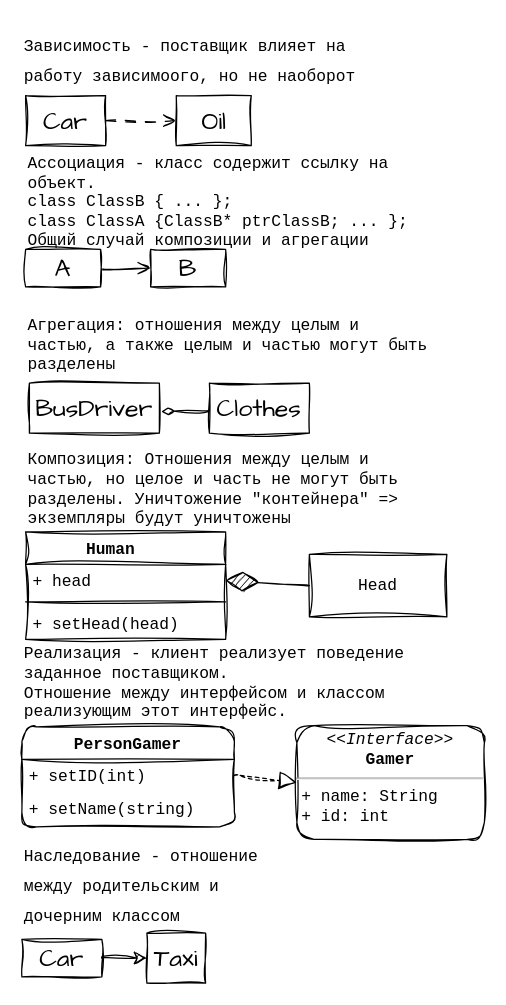
Above: Helper.drawio in Amatikay/SDT_helper (draw.io), before the change. Source tidied: cells renumbered, new cells numbered last; positions are measured from the earlier drawing's top-left corner, leaving out a move shared by most shapes. Both pictures are drawn from the tidied source at 125%, with x=0, y=0 at pixel (21, 34).
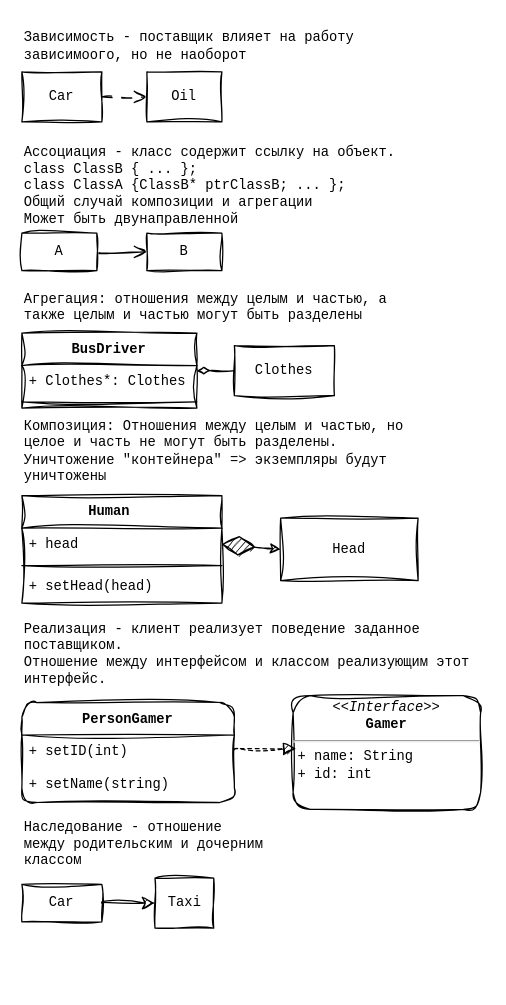
The same page after the edit.

What changed in the source:
```diff
@@
-    <mxCell id="2" value="&lt;div style=&quot;font-size: 13px;&quot;&gt;Реализация - клиент реализует поведение заданное поставщиком.&lt;/div&gt;&lt;div style=&quot;font-size: 13px;&quot;&gt;Отношение между интерфейсом и классом реализующим этот интерфейс.&lt;/div&gt;" style="text;strokeColor=none;fillColor=none;html=1;align=left;verticalAlign=middle;whiteSpace=wrap;rounded=1;fontSize=13;sketch=1;curveFitting=1;jiggle=2;labelBackgroundColor=none;fontFamily=Courier New;" parent="1" vertex="1">
-      <mxGeometry y="484" width="367" height="69" as="geometry" />
+    <mxCell id="2" value="&lt;div style=&quot;font-size: 11px;&quot;&gt;Реализация - клиент реализует поведение заданное поставщиком.&lt;/div&gt;&lt;div style=&quot;font-size: 11px;&quot;&gt;Отношение между интерфейсом и классом реализующим этот интерфейс.&lt;/div&gt;" style="text;strokeColor=none;fillColor=none;html=1;align=left;verticalAlign=middle;whiteSpace=wrap;rounded=1;fontSize=11;sketch=1;curveFitting=1;jiggle=2;labelBackgroundColor=none;fontFamily=Courier New;swimlaneLine=1;shadow=0;fontColor=default;" parent="1" vertex="1">
+      <mxGeometry y="469" width="367" height="54" as="geometry" />
     </mxCell>
-    <mxCell id="3" value="PersonGamer" style="swimlane;fontStyle=1;align=center;verticalAlign=top;horizontal=1;startSize=26;whiteSpace=wrap;html=1;fontSize=13;rounded=1;sketch=1;curveFitting=1;jiggle=2;labelBackgroundColor=none;fontFamily=Courier New;" parent="1" vertex="1">
-      <mxGeometry y="554" width="170" height="80" as="geometry" />
+    <mxCell id="3" value="PersonGamer" style="swimlane;fontStyle=1;align=center;verticalAlign=top;horizontal=1;startSize=26;whiteSpace=wrap;html=1;fontSize=11;rounded=1;sketch=1;curveFitting=1;jiggle=2;labelBackgroundColor=none;fontFamily=Courier New;swimlaneLine=1;shadow=0;fontColor=default;" parent="1" vertex="1">
+      <mxGeometry y="534.5" width="170" height="80" as="geometry" />
     </mxCell>
-    <mxCell id="4" value="+ setID(int)" style="text;strokeColor=none;fillColor=none;align=left;verticalAlign=top;spacingLeft=4;spacingRight=4;overflow=hidden;points=[[0,0.5],[1,0.5]];portConstraint=eastwest;whiteSpace=wrap;html=1;fontSize=13;rounded=1;sketch=1;curveFitting=1;jiggle=2;labelBackgroundColor=none;fontFamily=Courier New;" parent="3" vertex="1">
+    <mxCell id="4" value="+ setID(int)" style="text;strokeColor=none;fillColor=none;align=left;verticalAlign=top;spacingLeft=4;spacingRight=4;overflow=hidden;points=[[0,0.5],[1,0.5]];portConstraint=eastwest;whiteSpace=wrap;html=1;fontSize=11;rounded=1;sketch=1;curveFitting=1;jiggle=2;labelBackgroundColor=none;fontFamily=Courier New;swimlaneLine=1;shadow=0;fontColor=default;" parent="3" vertex="1">
       <mxGeometry y="26" width="170" height="26" as="geometry" />
     </mxCell>
-    <mxCell id="5" value="+ setName(string)" style="text;strokeColor=none;fillColor=none;align=left;verticalAlign=top;spacingLeft=4;spacingRight=4;overflow=hidden;whiteSpace=wrap;html=1;fontSize=13;rounded=1;sketch=1;curveFitting=1;jiggle=2;labelBackgroundColor=none;fontFamily=Courier New;" parent="3" vertex="1">
+    <mxCell id="5" value="+ setName(string)" style="text;strokeColor=none;fillColor=none;align=left;verticalAlign=top;spacingLeft=4;spacingRight=4;overflow=hidden;whiteSpace=wrap;html=1;fontSize=11;rounded=1;sketch=1;curveFitting=1;jiggle=2;labelBackgroundColor=none;fontFamily=Courier New;swimlaneLine=1;shadow=0;fontColor=default;" parent="3" vertex="1">
       <mxGeometry y="52" width="170" height="28" as="geometry" />
     </mxCell>
-    <mxCell id="6" value="&lt;p style=&quot;margin: 4px 0px 0px; text-align: center; font-size: 13px;&quot;&gt;&lt;i style=&quot;font-size: 13px;&quot;&gt;&amp;lt;&amp;lt;Interface&amp;gt;&amp;gt;&lt;/i&gt;&lt;br style=&quot;font-size: 13px;&quot;&gt;&lt;b style=&quot;font-size: 13px;&quot;&gt;Gamer&lt;/b&gt;&lt;br style=&quot;font-size: 13px;&quot;&gt;&lt;/p&gt;&lt;hr style=&quot;font-size: 13px;&quot;&gt;&lt;p style=&quot;margin: 0px 0px 0px 4px; font-size: 13px;&quot;&gt;+ name: String&lt;br style=&quot;font-size: 13px;&quot;&gt;+ id: int&lt;/p&gt;" style="verticalAlign=top;align=left;overflow=fill;fontSize=13;fontFamily=Courier New;html=1;whiteSpace=wrap;rounded=1;sketch=1;curveFitting=1;jiggle=2;labelBackgroundColor=none;" parent="1" vertex="1">
-      <mxGeometry x="220" y="553" width="150" height="91" as="geometry" />
+    <mxCell id="6" value="&lt;p style=&quot;margin: 4px 0px 0px; text-align: center; font-size: 11px;&quot;&gt;&lt;i style=&quot;font-size: 11px;&quot;&gt;&amp;lt;&amp;lt;Interface&amp;gt;&amp;gt;&lt;/i&gt;&lt;br style=&quot;font-size: 11px;&quot;&gt;&lt;b style=&quot;font-size: 11px;&quot;&gt;Gamer&lt;/b&gt;&lt;br style=&quot;font-size: 11px;&quot;&gt;&lt;/p&gt;&lt;hr style=&quot;font-size: 11px;&quot;&gt;&lt;p style=&quot;margin: 0px 0px 0px 4px; font-size: 11px;&quot;&gt;+ name: String&lt;br style=&quot;font-size: 11px;&quot;&gt;+ id: int&lt;/p&gt;" style="verticalAlign=top;align=left;overflow=fill;fontSize=11;fontFamily=Courier New;html=1;whiteSpace=wrap;rounded=1;sketch=1;curveFitting=1;jiggle=2;labelBackgroundColor=none;swimlaneLine=1;shadow=0;fontColor=default;" parent="1" vertex="1">
+      <mxGeometry x="217" y="529" width="150" height="91" as="geometry" />
     </mxCell>
-    <mxCell id="7" style="endArrow=block;dashed=1;endFill=0;endSize=12;html=1;rounded=1;fontSize=13;curved=1;sketch=1;curveFitting=1;jiggle=2;labelBackgroundColor=none;fontColor=default;fontFamily=Courier New;entryX=0;entryY=0.5;entryDx=0;entryDy=0;exitX=1;exitY=0.5;exitDx=0;exitDy=0;" parent="1" edge="1" source="4" target="6">
-      <mxGeometry relative="1" as="geometry" />
-    </mxCell>
-    <mxCell id="8" value="Композиция: Отношения между целым и частью, но целое и часть не могут быть разделены. Уничтожение &quot;контейнера&quot; =&amp;gt; экземпляры будут уничтожены" style="text;strokeColor=none;fillColor=none;html=1;align=left;verticalAlign=middle;whiteSpace=wrap;rounded=0;fontSize=13;fontFamily=Courier New;" parent="1" vertex="1">
-      <mxGeometry x="3" y="329" width="317" height="69" as="geometry" />
+    <mxCell id="8" value="Композиция: Отношения между целым и частью, но целое и часть не могут быть разделены. Уничтожение &quot;контейнера&quot; =&amp;gt; экземпляры будут уничтожены" style="text;strokeColor=none;fillColor=none;html=1;align=left;verticalAlign=middle;whiteSpace=wrap;rounded=0;fontSize=11;fontFamily=Courier New;swimlaneLine=1;sketch=1;curveFitting=1;jiggle=2;shadow=0;fontColor=default;labelBackgroundColor=none;" parent="1" vertex="1">
+      <mxGeometry y="309" width="317" height="50" as="geometry" />
     </mxCell>
-    <mxCell id="9" value="Human&lt;span style=&quot;white-space: pre; font-size: 13px;&quot;&gt;&#9;&lt;br style=&quot;font-size: 13px;&quot;&gt;&lt;br style=&quot;font-size: 13px;&quot;&gt;&lt;/span&gt;" style="swimlane;fontStyle=1;align=center;verticalAlign=top;horizontal=1;startSize=26;whiteSpace=wrap;html=1;sketch=1;hachureGap=4;jiggle=2;curveFitting=1;fontFamily=Courier New;fontSize=13;" parent="1" vertex="1">
-      <mxGeometry x="3" y="398" width="160" height="86" as="geometry" />
+    <mxCell id="9" value="Human&lt;span style=&quot;white-space: pre; font-size: 11px;&quot;&gt;&#9;&lt;br style=&quot;font-size: 11px;&quot;&gt;&lt;br style=&quot;font-size: 11px;&quot;&gt;&lt;/span&gt;" style="swimlane;fontStyle=1;align=center;verticalAlign=top;horizontal=1;startSize=26;whiteSpace=wrap;html=1;sketch=1;hachureGap=4;jiggle=2;curveFitting=1;fontFamily=Courier New;fontSize=11;swimlaneLine=1;shadow=0;fontColor=default;labelBackgroundColor=none;" parent="1" vertex="1">
+      <mxGeometry y="369" width="160" height="86" as="geometry" />
     </mxCell>
-    <mxCell id="10" value="+ head" style="text;strokeColor=none;fillColor=none;align=left;verticalAlign=top;spacingLeft=4;spacingRight=4;overflow=hidden;points=[[0,0.5],[1,0.5]];portConstraint=eastwest;whiteSpace=wrap;html=1;fontSize=13;fontFamily=Courier New;" parent="9" vertex="1">
+    <mxCell id="10" value="+ head" style="text;strokeColor=none;fillColor=none;align=left;verticalAlign=top;spacingLeft=4;spacingRight=4;overflow=hidden;points=[[0,0.5],[1,0.5]];portConstraint=eastwest;whiteSpace=wrap;html=1;fontSize=11;fontFamily=Courier New;shadow=0;sketch=1;curveFitting=1;jiggle=2;swimlaneLine=1;fontColor=default;labelBackgroundColor=none;" parent="9" vertex="1">
       <mxGeometry y="26" width="160" height="26" as="geometry" />
     </mxCell>
-    <mxCell id="11" style="line;strokeWidth=1;fillColor=none;align=left;verticalAlign=middle;spacingTop=-1;spacingLeft=3;spacingRight=3;labelPosition=right;strokeColor=inherit;sketch=1;hachureGap=4;jiggle=2;curveFitting=1;fontFamily=Courier New;fontSize=13;" parent="9" vertex="1">
+    <mxCell id="11" style="line;strokeWidth=1;fillColor=none;align=left;verticalAlign=middle;spacingTop=-1;spacingLeft=3;spacingRight=3;labelPosition=right;strokeColor=inherit;sketch=1;hachureGap=4;jiggle=2;curveFitting=1;fontFamily=Courier New;fontSize=11;swimlaneLine=1;shadow=0;fontColor=default;labelBackgroundColor=none;" parent="9" vertex="1">
       <mxGeometry y="52" width="160" height="8" as="geometry" />
     </mxCell>
-    <mxCell id="12" value="+ setHead(head)" style="text;strokeColor=none;fillColor=none;align=left;verticalAlign=top;spacingLeft=4;spacingRight=4;overflow=hidden;whiteSpace=wrap;html=1;fontSize=13;fontFamily=Courier New;" parent="9" vertex="1">
+    <mxCell id="12" value="+ setHead(head)" style="text;strokeColor=none;fillColor=none;align=left;verticalAlign=top;spacingLeft=4;spacingRight=4;overflow=hidden;whiteSpace=wrap;html=1;fontSize=11;fontFamily=Courier New;swimlaneLine=1;sketch=1;curveFitting=1;jiggle=2;shadow=0;fontColor=default;labelBackgroundColor=none;" parent="9" vertex="1">
       <mxGeometry y="60" width="160" height="26" as="geometry" />
     </mxCell>
-    <mxCell id="13" value="Head" style="html=1;whiteSpace=wrap;sketch=1;hachureGap=4;jiggle=2;curveFitting=1;fontFamily=Courier New;fontSize=13;" parent="1" vertex="1">
-      <mxGeometry x="230" y="416" width="110" height="50" as="geometry" />
+    <mxCell id="13" value="Head" style="html=1;whiteSpace=wrap;sketch=1;hachureGap=4;jiggle=2;curveFitting=1;fontFamily=Courier New;fontSize=11;swimlaneLine=1;shadow=0;fontColor=default;labelBackgroundColor=none;" parent="1" vertex="1">
+      <mxGeometry x="207" y="387" width="110" height="50" as="geometry" />
     </mxCell>
-    <mxCell id="14" style="endArrow=diamondThin;endFill=1;endSize=24;html=1;rounded=0;sketch=1;hachureGap=4;jiggle=2;curveFitting=1;fontFamily=Courier New;fontSize=13;curved=1;exitX=0;exitY=0.5;exitDx=0;exitDy=0;entryX=1;entryY=0.5;entryDx=0;entryDy=0;" parent="1" edge="1" source="13" target="10">
+    <mxCell id="14" style="endArrow=diamondThin;endFill=1;endSize=24;html=1;rounded=0;sketch=1;hachureGap=4;jiggle=2;curveFitting=1;fontFamily=Courier New;fontSize=11;curved=1;exitX=0;exitY=0.5;exitDx=0;exitDy=0;entryX=1;entryY=0.5;entryDx=0;entryDy=0;startArrow=classic;startFill=1;swimlaneLine=1;shadow=0;fontColor=default;labelBackgroundColor=none;" parent="1" edge="1" source="13" target="10">
       <mxGeometry relative="1" as="geometry" />
     </mxCell>
-    <mxCell id="15" value="Агрегация: отношения между целым и частью, а также целым и частью могут быть разделены" style="text;whiteSpace=wrap;fontSize=13;fontFamily=Courier New;" parent="1" vertex="1">
-      <mxGeometry x="3" y="219" width="327" height="50" as="geometry" />
+    <mxCell id="15" value="Агрегация: отношения между целым и частью, а также целым и частью могут быть разделены" style="text;whiteSpace=wrap;fontSize=11;fontFamily=Courier New;swimlaneLine=1;sketch=1;curveFitting=1;jiggle=2;shadow=0;fontColor=default;labelBackgroundColor=none;" parent="1" vertex="1">
+      <mxGeometry y="199" width="327" height="40" as="geometry" />
     </mxCell>
-    <mxCell id="16" value="Ассоциация - класс содержит ссылку на объект. &#10;class ClassB { ... };&#10;class ClassA {ClassB* ptrClassB; ... };&#10;Общий случай композиции и агрегации&#10;&#10;" style="text;whiteSpace=wrap;fontSize=13;fontFamily=Courier New;" parent="1" vertex="1">
-      <mxGeometry x="3" y="89" width="317" height="90" as="geometry" />
+    <mxCell id="16" value="Ассоциация - класс содержит ссылку на объект. &#10;class ClassB { ... };&#10;class ClassA {ClassB* ptrClassB; ... };&#10;Общий случай композиции и агрегации&#10;Может быть двунаправленной&#10;&#10;&#10;" style="text;whiteSpace=wrap;fontSize=11;fontFamily=Courier New;swimlaneLine=1;sketch=1;curveFitting=1;jiggle=2;shadow=0;fontColor=default;labelBackgroundColor=none;" parent="1" vertex="1">
+      <mxGeometry y="82" width="314" height="77" as="geometry" />
     </mxCell>
-    <mxCell id="17" style="edgeStyle=none;curved=1;rounded=0;sketch=1;hachureGap=4;jiggle=2;curveFitting=1;jettySize=auto;html=1;entryX=0;entryY=0.5;entryDx=0;entryDy=0;fontFamily=Architects Daughter;fontSize=16;startSize=8;endSize=8;endArrow=open;endFill=0;" parent="1" edge="1" source="18" target="19">
+    <mxCell id="17" style="edgeStyle=none;curved=1;rounded=0;sketch=1;hachureGap=4;jiggle=2;curveFitting=1;jettySize=auto;html=1;entryX=0;entryY=0.5;entryDx=0;entryDy=0;fontFamily=Courier New;fontSize=11;startSize=8;endSize=8;endArrow=open;endFill=0;swimlaneLine=1;shadow=0;fontColor=default;labelBackgroundColor=none;" parent="1" edge="1" source="18" target="19">
       <mxGeometry relative="1" as="geometry" />
     </mxCell>
-    <mxCell id="18" value="A" style="html=1;whiteSpace=wrap;sketch=1;hachureGap=4;jiggle=2;curveFitting=1;fontFamily=Architects Daughter;fontSize=20;" parent="1" vertex="1">
-      <mxGeometry x="3" y="172" width="60" height="30" as="geometry" />
+    <mxCell id="18" value="A" style="html=1;whiteSpace=wrap;sketch=1;hachureGap=4;jiggle=2;curveFitting=1;fontFamily=Courier New;fontSize=11;swimlaneLine=1;shadow=0;fontColor=default;labelBackgroundColor=none;" parent="1" vertex="1">
+      <mxGeometry y="159" width="60" height="30" as="geometry" />
     </mxCell>
-    <mxCell id="19" value="B" style="html=1;whiteSpace=wrap;sketch=1;hachureGap=4;jiggle=2;curveFitting=1;fontFamily=Architects Daughter;fontSize=20;" parent="1" vertex="1">
-      <mxGeometry x="103" y="172" width="60" height="30" as="geometry" />
+    <mxCell id="19" value="B" style="html=1;whiteSpace=wrap;sketch=1;hachureGap=4;jiggle=2;curveFitting=1;fontFamily=Courier New;fontSize=11;swimlaneLine=1;shadow=0;fontColor=default;labelBackgroundColor=none;" parent="1" vertex="1">
+      <mxGeometry x="100" y="159" width="60" height="30" as="geometry" />
     </mxCell>
-    <mxCell id="20" value="BusDriver" style="html=1;whiteSpace=wrap;sketch=1;hachureGap=4;jiggle=2;curveFitting=1;fontFamily=Architects Daughter;fontSize=20;" parent="1" vertex="1">
-      <mxGeometry x="6" y="279" width="104" height="40" as="geometry" />
-    </mxCell>
-    <mxCell id="21" value="Clothes" style="html=1;whiteSpace=wrap;sketch=1;hachureGap=4;jiggle=2;curveFitting=1;fontFamily=Architects Daughter;fontSize=20;" parent="1" vertex="1">
-      <mxGeometry x="150" y="279" width="80" height="40" as="geometry" />
+    <mxCell id="21" value="Clothes" style="html=1;whiteSpace=wrap;sketch=1;hachureGap=4;jiggle=2;curveFitting=1;fontFamily=Courier New;fontSize=11;swimlaneLine=1;shadow=0;fontColor=default;labelBackgroundColor=none;" parent="1" vertex="1">
+      <mxGeometry x="170" y="249" width="80" height="40" as="geometry" />
     </mxCell>
-    <mxCell id="22" style="edgeStyle=none;curved=1;rounded=0;sketch=1;hachureGap=4;jiggle=2;curveFitting=1;jettySize=auto;html=1;entryX=1.015;entryY=0.57;entryDx=0;entryDy=0;entryPerimeter=0;fontFamily=Architects Daughter;fontSize=16;startSize=8;endSize=8;endArrow=diamondThin;endFill=0;" parent="1" edge="1" source="21" target="20">
-      <mxGeometry relative="1" as="geometry" />
-    </mxCell>
-    <mxCell id="23" value="&lt;font style=&quot;font-size: 13px;&quot;&gt;Зависимость - поставщик влияет на работу зависимоого, но не наоборот&lt;/font&gt;" style="text;strokeColor=none;fillColor=none;html=1;align=left;verticalAlign=middle;whiteSpace=wrap;rounded=0;fontSize=20;fontFamily=Courier New;" parent="1" vertex="1">
-      <mxGeometry width="307" height="40" as="geometry" />
+    <mxCell id="23" value="&lt;font style=&quot;font-size: 11px;&quot;&gt;Зависимость - поставщик влияет на работу зависимоого, но не наоборот&lt;/font&gt;" style="text;strokeColor=none;fillColor=none;html=1;align=left;verticalAlign=middle;whiteSpace=wrap;rounded=0;fontSize=11;fontFamily=Courier New;swimlaneLine=1;sketch=1;curveFitting=1;jiggle=2;shadow=0;fontColor=default;labelBackgroundColor=none;" parent="1" vertex="1">
+      <mxGeometry y="-10" width="307" height="40" as="geometry" />
     </mxCell>
-    <mxCell id="24" style="sketch=1;hachureGap=4;jiggle=2;curveFitting=1;jettySize=auto;html=1;fontFamily=Architects Daughter;fontSize=16;startSize=8;endSize=8;dashed=1;dashPattern=8 8;endArrow=open;endFill=0;startArrow=none;startFill=0;rounded=0;" parent="1" edge="1" source="25" target="26">
+    <mxCell id="24" style="sketch=1;hachureGap=4;jiggle=2;curveFitting=1;jettySize=auto;html=1;fontFamily=Courier New;fontSize=11;startSize=8;endSize=8;dashed=1;dashPattern=8 8;endArrow=open;endFill=0;startArrow=none;startFill=0;rounded=0;swimlaneLine=1;shadow=0;fontColor=default;labelBackgroundColor=none;" parent="1" edge="1" source="25" target="26">
       <mxGeometry relative="1" as="geometry" />
     </mxCell>
-    <mxCell id="25" value="Car" style="html=1;whiteSpace=wrap;sketch=1;hachureGap=4;jiggle=2;curveFitting=1;fontFamily=Architects Daughter;fontSize=20;" parent="1" vertex="1">
-      <mxGeometry x="3" y="49" width="64" height="40" as="geometry" />
+    <mxCell id="25" value="Car" style="html=1;whiteSpace=wrap;sketch=1;hachureGap=4;jiggle=2;curveFitting=1;fontFamily=Courier New;fontSize=11;swimlaneLine=1;shadow=0;fontColor=default;labelBackgroundColor=none;" parent="1" vertex="1">
+      <mxGeometry y="30" width="64" height="40" as="geometry" />
     </mxCell>
-    <mxCell id="26" value="Oil" style="html=1;whiteSpace=wrap;sketch=1;hachureGap=4;jiggle=2;curveFitting=1;fontFamily=Architects Daughter;fontSize=20;" parent="1" vertex="1">
-      <mxGeometry x="123.5" y="49" width="60" height="40" as="geometry" />
+    <mxCell id="26" value="Oil" style="html=1;whiteSpace=wrap;sketch=1;hachureGap=4;jiggle=2;curveFitting=1;fontFamily=Courier New;fontSize=11;swimlaneLine=1;shadow=0;fontColor=default;labelBackgroundColor=none;" parent="1" vertex="1">
+      <mxGeometry x="100" y="30" width="60" height="40" as="geometry" />
     </mxCell>
-    <mxCell id="27" value="&lt;div align=&quot;left&quot;&gt;&lt;font face=&quot;Courier New&quot; style=&quot;font-size: 13px;&quot;&gt;Наследование - отношение между родительским и дочерним классом&lt;/font&gt;&lt;/div&gt;" style="text;strokeColor=none;fillColor=none;html=1;align=left;verticalAlign=middle;whiteSpace=wrap;rounded=0;fontSize=20;fontFamily=Architects Daughter;" parent="1" vertex="1">
-      <mxGeometry y="644" width="197" height="70" as="geometry" />
+    <mxCell id="27" value="&lt;div align=&quot;left&quot; style=&quot;font-size: 11px;&quot;&gt;&lt;font style=&quot;font-size: 11px;&quot;&gt;Наследование - отношение между родительским и дочерним классом&lt;/font&gt;&lt;/div&gt;" style="text;strokeColor=none;fillColor=none;html=1;align=left;verticalAlign=middle;whiteSpace=wrap;rounded=0;fontSize=11;fontFamily=Courier New;swimlaneLine=1;sketch=1;curveFitting=1;jiggle=2;shadow=0;fontColor=default;labelBackgroundColor=none;" parent="1" vertex="1">
+      <mxGeometry y="620" width="194" height="55" as="geometry" />
     </mxCell>
-    <mxCell id="28" style="edgeStyle=none;curved=1;rounded=0;sketch=1;hachureGap=4;jiggle=2;curveFitting=1;jettySize=auto;html=1;entryX=0;entryY=0.5;entryDx=0;entryDy=0;fontFamily=Architects Daughter;fontSize=16;startSize=8;endSize=8;endArrow=classic;endFill=1;" parent="1" edge="1" source="29" target="30">
+    <mxCell id="28" style="edgeStyle=none;curved=1;rounded=0;sketch=1;hachureGap=4;jiggle=2;curveFitting=1;jettySize=auto;html=1;entryX=0;entryY=0.5;entryDx=0;entryDy=0;fontFamily=Courier New;fontSize=11;startSize=8;endSize=8;endArrow=classic;endFill=1;swimlaneLine=1;shadow=0;fontColor=default;labelBackgroundColor=none;" parent="1" edge="1" source="29" target="30">
       <mxGeometry relative="1" as="geometry" />
     </mxCell>
-    <mxCell id="29" value="Car" style="html=1;whiteSpace=wrap;sketch=1;hachureGap=4;jiggle=2;curveFitting=1;fontFamily=Architects Daughter;fontSize=20;" parent="1" vertex="1">
-      <mxGeometry y="724" width="64" height="30" as="geometry" />
+    <mxCell id="29" value="Car" style="html=1;whiteSpace=wrap;sketch=1;hachureGap=4;jiggle=2;curveFitting=1;fontFamily=Courier New;fontSize=11;swimlaneLine=1;shadow=0;fontColor=default;labelBackgroundColor=none;" parent="1" vertex="1">
+      <mxGeometry y="680" width="64" height="30" as="geometry" />
     </mxCell>
-    <mxCell id="30" value="Taxi" style="html=1;whiteSpace=wrap;sketch=1;hachureGap=4;jiggle=2;curveFitting=1;fontFamily=Architects Daughter;fontSize=20;" parent="1" vertex="1">
-      <mxGeometry x="100" y="719" width="47" height="40" as="geometry" />
+    <mxCell id="30" value="Taxi" style="html=1;whiteSpace=wrap;sketch=1;hachureGap=4;jiggle=2;curveFitting=1;fontFamily=Courier New;fontSize=11;swimlaneLine=1;shadow=0;fontColor=default;labelBackgroundColor=none;" parent="1" vertex="1">
+      <mxGeometry x="106.5" y="675" width="47" height="40" as="geometry" />
     </mxCell>
+    <mxCell id="31" style="edgeStyle=none;curved=1;rounded=0;sketch=1;hachureGap=4;jiggle=2;curveFitting=1;jettySize=auto;html=1;entryX=0;entryY=0.5;entryDx=0;entryDy=0;fontFamily=Courier New;fontSize=16;startSize=8;endSize=8;startArrow=diamondThin;startFill=0;endArrow=none;endFill=0;swimlaneLine=1;shadow=0;fontColor=default;labelBackgroundColor=none;" parent="1" edge="1" source="20" target="21">
+      <mxGeometry relative="1" as="geometry" />
+    </mxCell>
+    <mxCell id="20" value="BusDriver" style="swimlane;fontStyle=1;align=center;verticalAlign=top;horizontal=1;startSize=26;whiteSpace=wrap;html=1;sketch=1;hachureGap=4;jiggle=2;curveFitting=1;fontFamily=Courier New;fontSize=11;swimlaneLine=1;shadow=0;fontColor=default;labelBackgroundColor=none;" parent="1" vertex="1">
+      <mxGeometry y="239" width="140" height="60" as="geometry" />
+    </mxCell>
+    <mxCell id="32" value="+ Clothes*: Clothes" style="text;strokeColor=none;fillColor=none;align=left;verticalAlign=top;spacingLeft=4;spacingRight=4;overflow=hidden;whiteSpace=wrap;html=1;fontSize=11;fontFamily=Courier New;swimlaneLine=1;sketch=1;curveFitting=1;jiggle=2;shadow=0;fontColor=default;labelBackgroundColor=none;" parent="20" vertex="1">
+      <mxGeometry y="26" width="140" height="24" as="geometry" />
+    </mxCell>
+    <mxCell id="33" style="line;strokeWidth=1;fillColor=none;align=left;verticalAlign=middle;spacingTop=-1;spacingLeft=3;spacingRight=3;labelPosition=right;strokeColor=inherit;sketch=1;hachureGap=4;jiggle=2;curveFitting=1;fontFamily=Courier New;fontSize=11;swimlaneLine=1;shadow=0;fontColor=default;labelBackgroundColor=none;" parent="20" vertex="1">
+      <mxGeometry y="50" width="140" height="10" as="geometry" />
+    </mxCell>
+    <mxCell id="7" style="edgeStyle=none;curved=1;rounded=0;sketch=1;hachureGap=4;jiggle=2;curveFitting=1;jettySize=auto;html=1;entryX=0.016;entryY=0.467;entryDx=0;entryDy=0;entryPerimeter=0;fontFamily=Architects Daughter;fontSize=16;dashed=1;endArrow=block;endFill=1;endSize=8;" parent="1" edge="1" source="4" target="6">
+      <mxGeometry relative="1" as="geometry" />
+    </mxCell>
```
